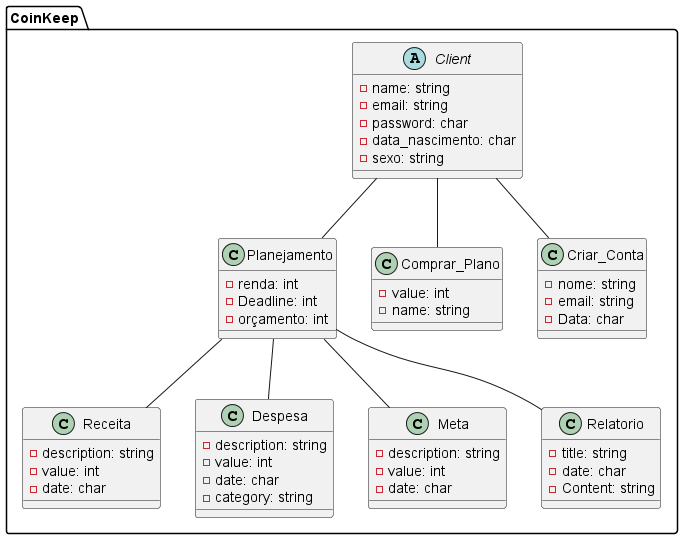
Above: Docs/modeloconceitual/modconceit.png in Guisandroni/Projeto-de-Eng.Soft2 (PlantUML), before the change.
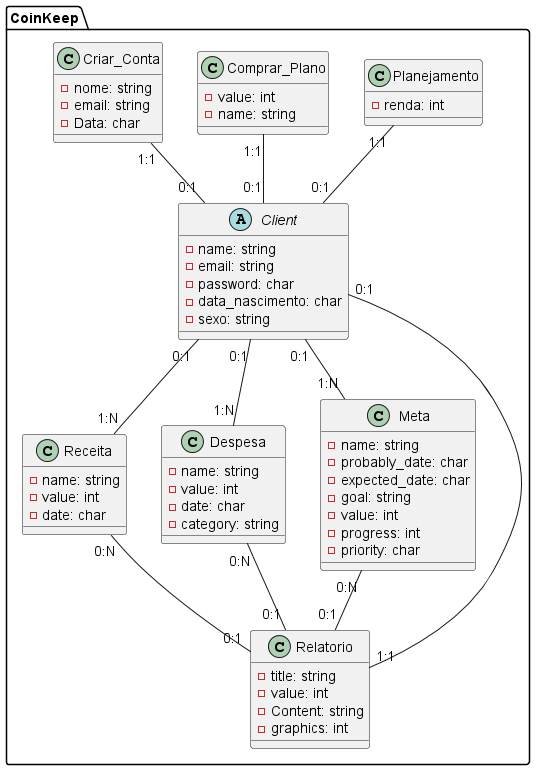
Above is the later version.

Diff of the diagram source:
```diff
@@ -13,35 +13,38 @@
   }
 
   class Receita {
-    - description: string
+    - name: string
     - value: int
     - date: char
   }
 
   class Despesa {
-    - description: string
+    - name: string
     - value: int
     - date: char
     - category: string
   }
 
   class Meta {
-    - description: string
+    - name: string
+    - probably_date: char
+    - expected_date: char
+    - goal: string
     - value: int
-    - date: char
+    - progress: int
+    - priority: char
 
   }
 
   class Relatorio {
     - title: string
-    - date: char
+    - value: int
     - Content: string
+    - graphics: int
   }
 
   class Planejamento {
     - renda: int
-    - Deadline: int
-    - orçamento: int
   }
 
 
@@ -56,13 +59,22 @@
     - email: string
     - Data: char
   }
- Planejamento -- Receita
- Planejamento -- Despesa
- Client -- Planejamento
- Planejamento-- Meta
-Planejamento -- Relatorio
- Client -- Criar_Conta
- Client -- Comprar_Plano
+  top to bottom direction
+Client "0:1"-up-"1:1" Criar_Conta
+Client "0:1"-up-"1:1" Comprar_Plano
+Client "0:1"-up-"1:1" Planejamento
+
+Client "0:1"--"1:N" Meta
+Client "0:1"--"1:N" Receita
+Client "0:1"--"1:N" Despesa
+Client "0:1"--"1:1" Relatorio
+
+Meta "0:N"--"0:1" Relatorio
+Despesa "0:N"--"0:1" Relatorio
+Receita "0:N"--"0:1" Relatorio
+
+
+
 
 }
 
```
